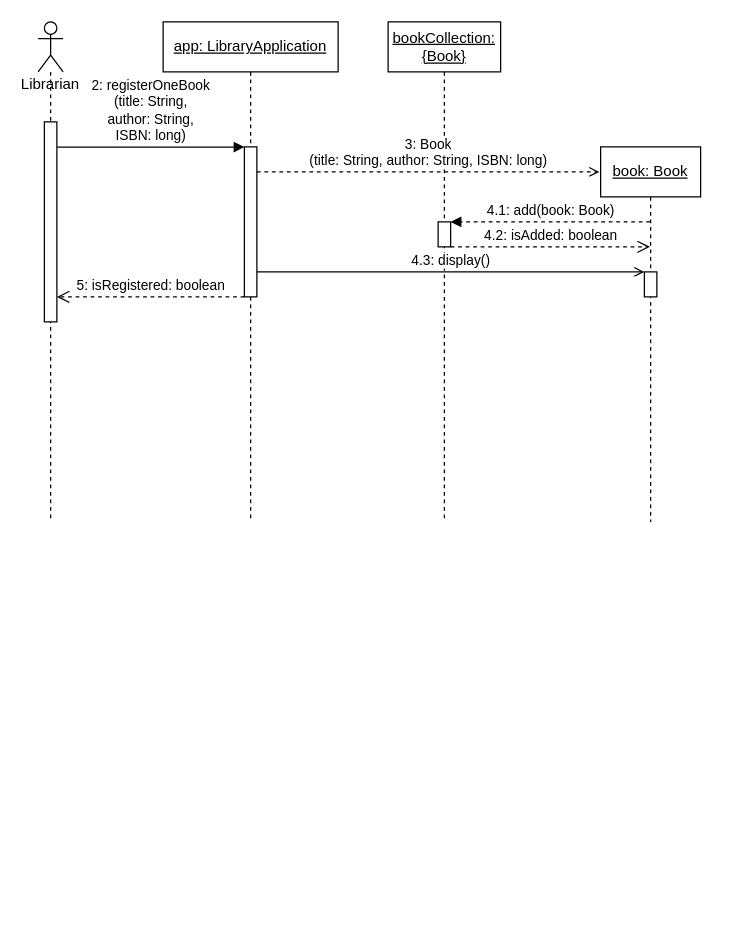
The draw.io diagram UML/SD2 Register one book.drawio in Halozhan/2023-2-LibraryApplication, before the edit. Source tidied: cells renumbered, new cells numbered last; positions are measured from the earlier drawing's top-left corner, leaving out a move shared by most shapes. Both pictures are drawn from the tidied source at 125%, with x=0, y=0 at pixel (38, 21).
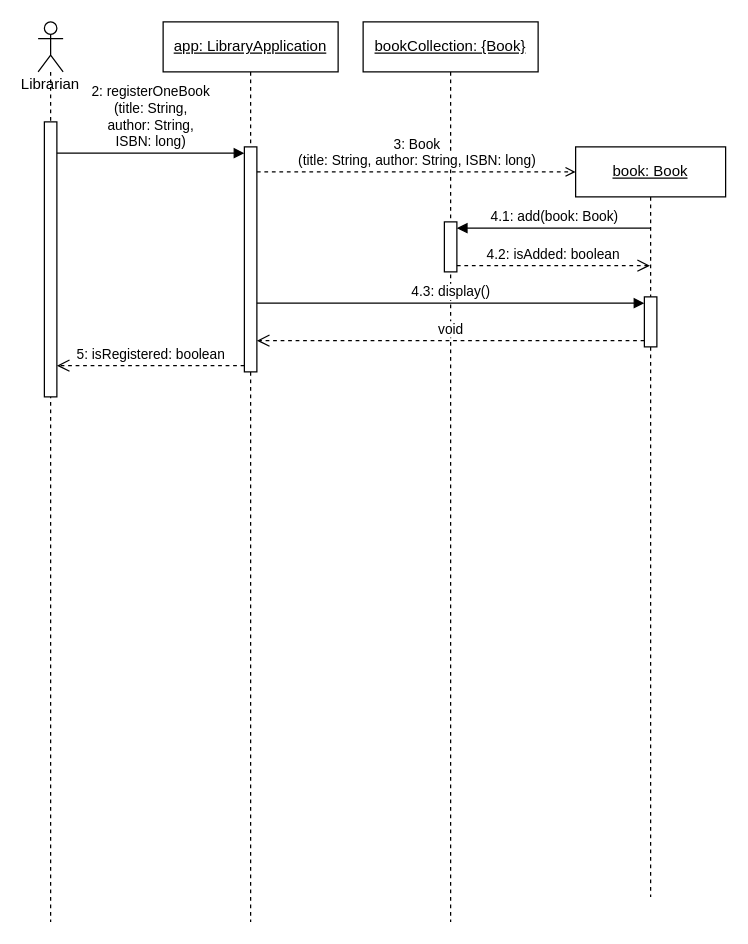
Above is the later version.

Change to the diagram source:
```diff
@@
 <mxGraphModel>
   <root>
     <mxCell id="0" />
     <mxCell id="1" parent="0" />
+    <mxCell id="13" value="Librarian" style="shape=umlLifeline;perimeter=lifelinePerimeter;whiteSpace=wrap;html=1;newEdgeStyle={&quot;curved&quot;:0,&quot;rounded&quot;:0};participant=umlActor;verticalAlign=top;spacingTop=36;" parent="1" vertex="1">
+      <mxGeometry width="20" height="720" as="geometry" />
+    </mxCell>
+    <mxCell id="16" style="html=1;points=[[0,0,0,0,5],[0,1,0,0,-5],[1,0,0,0,5],[1,1,0,0,-5]];perimeter=orthogonalPerimeter;outlineConnect=0;targetShapes=umlLifeline;portConstraint=eastwest;newEdgeStyle={&quot;curved&quot;:0,&quot;rounded&quot;:0};" parent="13" vertex="1">
+      <mxGeometry x="5" y="80" width="10" height="220" as="geometry" />
+    </mxCell>
-    <mxCell id="2" value="&lt;u&gt;app: LibraryApplication&lt;/u&gt;" style="shape=umlLifeline;perimeter=lifelinePerimeter;whiteSpace=wrap;html=1;" parent="1" vertex="1">
-      <mxGeometry x="100" width="140" height="400" as="geometry" />
+    <mxCell id="2" value="&lt;u style=&quot;border-color: var(--border-color);&quot;&gt;app: LibraryApplication&lt;/u&gt;" style="shape=umlLifeline;perimeter=lifelinePerimeter;whiteSpace=wrap;html=1;newEdgeStyle={&quot;curved&quot;:0,&quot;rounded&quot;:0};" parent="1" vertex="1">
+      <mxGeometry x="100" width="140" height="720" as="geometry" />
     </mxCell>
-    <mxCell id="3" style="html=1;points=[];perimeter=orthogonalPerimeter;fontColor=#FFFFFF;" parent="2" vertex="1">
-      <mxGeometry x="65" y="100" width="10" height="120" as="geometry" />
-    </mxCell>
+    <mxCell id="17" style="html=1;points=[[0,0,0,0,5],[0,1,0,0,-5],[1,0,0,0,5],[1,1,0,0,-5]];perimeter=orthogonalPerimeter;outlineConnect=0;targetShapes=umlLifeline;portConstraint=eastwest;newEdgeStyle={&quot;curved&quot;:0,&quot;rounded&quot;:0};" parent="2" vertex="1">
+      <mxGeometry x="65" y="100" width="10" height="180" as="geometry" />
+    </mxCell>
+    <mxCell id="6" value="&lt;div style=&quot;border-color: var(--border-color);&quot;&gt;2: registerOneBook&lt;br style=&quot;border-color: var(--border-color);&quot;&gt;(title: String,&lt;/div&gt;&lt;div style=&quot;border-color: var(--border-color);&quot;&gt;author: String,&lt;/div&gt;&lt;div style=&quot;border-color: var(--border-color);&quot;&gt;ISBN: long)&lt;/div&gt;" style="html=1;verticalAlign=bottom;endArrow=block;curved=0;rounded=0;entryX=0;entryY=0;entryDx=0;entryDy=5;" parent="1" edge="1" source="16" target="17">
+      <mxGeometry relative="1" as="geometry" />
+    </mxCell>
+    <mxCell id="15" value="5: isRegistered: boolean" style="html=1;verticalAlign=bottom;endArrow=open;dashed=1;endSize=8;curved=0;rounded=0;exitX=0;exitY=1;exitDx=0;exitDy=-5;exitPerimeter=0;" parent="1" edge="1" source="17" target="16">
+      <mxGeometry relative="1" as="geometry" />
+    </mxCell>
-    <mxCell id="4" value="&lt;u&gt;bookCollection: {Book}&lt;/u&gt;" style="shape=umlLifeline;perimeter=lifelinePerimeter;whiteSpace=wrap;html=1;" parent="1" vertex="1">
-      <mxGeometry x="280" width="90" height="400" as="geometry" />
+    <mxCell id="4" value="&lt;u style=&quot;border-color: var(--border-color);&quot;&gt;bookCollection: {Book}&lt;/u&gt;" style="shape=umlLifeline;perimeter=lifelinePerimeter;whiteSpace=wrap;html=1;newEdgeStyle={&quot;curved&quot;:0,&quot;rounded&quot;:0};" parent="1" vertex="1">
+      <mxGeometry x="260" width="140" height="720" as="geometry" />
     </mxCell>
-    <mxCell id="5" style="html=1;points=[];perimeter=orthogonalPerimeter;" parent="4" vertex="1">
-      <mxGeometry x="40" y="160" width="10" height="20" as="geometry" />
-    </mxCell>
-    <mxCell id="6" value="&lt;div&gt;2: registerOneBook&lt;br&gt;(title: String,&lt;/div&gt;&lt;div&gt;author: String,&lt;/div&gt;&lt;div&gt;ISBN: long)&lt;/div&gt;" style="html=1;verticalAlign=bottom;endArrow=block;entryX=0.003;entryY=0.001;entryDx=0;entryDy=0;entryPerimeter=0;" parent="1" edge="1" source="14" target="3">
-      <mxGeometry relative="1" as="geometry" />
-    </mxCell>
+    <mxCell id="18" style="html=1;points=[[0,0,0,0,5],[0,1,0,0,-5],[1,0,0,0,5],[1,1,0,0,-5]];perimeter=orthogonalPerimeter;outlineConnect=0;targetShapes=umlLifeline;portConstraint=eastwest;newEdgeStyle={&quot;curved&quot;:0,&quot;rounded&quot;:0};" parent="4" vertex="1">
+      <mxGeometry x="65" y="160" width="10" height="40" as="geometry" />
+    </mxCell>
+    <mxCell id="11" value="&lt;u style=&quot;border-color: var(--border-color);&quot;&gt;book: Book&lt;/u&gt;" style="shape=umlLifeline;perimeter=lifelinePerimeter;whiteSpace=wrap;html=1;outlineConnect=0;portConstraint=eastwest;newEdgeStyle={&quot;curved&quot;:0,&quot;rounded&quot;:0};" parent="1" vertex="1">
+      <mxGeometry x="430" y="100" width="120" height="600" as="geometry" />
+    </mxCell>
+    <mxCell id="19" style="html=1;points=[[0,0,0,0,5],[0,1,0,0,-5],[1,0,0,0,5],[1,1,0,0,-5]];perimeter=orthogonalPerimeter;outlineConnect=0;targetShapes=umlLifeline;portConstraint=eastwest;newEdgeStyle={&quot;curved&quot;:0,&quot;rounded&quot;:0};" parent="11" vertex="1">
+      <mxGeometry x="55" y="120" width="10" height="40" as="geometry" />
+    </mxCell>
-    <mxCell id="7" value="&lt;div&gt;3: Book&lt;br&gt;(title: String, author: String, ISBN: long)&lt;/div&gt;" style="html=1;verticalAlign=bottom;endArrow=open;endFill=0;dashed=1;" parent="1" edge="1" source="3">
+    <mxCell id="7" value="3: Book&lt;br style=&quot;border-color: var(--border-color); background-color: rgb(255, 255, 255);&quot;&gt;&lt;span style=&quot;background-color: rgb(255, 255, 255);&quot;&gt;(title: String, author: String, ISBN: long)&lt;/span&gt;" style="html=1;verticalAlign=bottom;labelBackgroundColor=none;endArrow=open;endFill=0;dashed=1;rounded=0;" parent="1" edge="1" source="17">
       <mxGeometry relative="1" as="geometry">
-        <mxPoint x="449" y="120" as="targetPoint" />
+        <mxPoint x="430" y="120" as="targetPoint" />
       </mxGeometry>
     </mxCell>
-    <mxCell id="8" value="4.1: add(book: Book)" style="html=1;verticalAlign=bottom;endArrow=block;entryX=1.002;entryY=0.002;dashed=1;entryDx=0;entryDy=0;entryPerimeter=0;" parent="1" edge="1" source="11" target="5">
+    <mxCell id="8" value="4.1: add(book: Book)" style="html=1;verticalAlign=bottom;endArrow=block;curved=0;rounded=0;entryX=1;entryY=0;entryDx=0;entryDy=5;" parent="1" edge="1" source="11" target="18">
       <mxGeometry relative="1" as="geometry" />
     </mxCell>
-    <mxCell id="9" value="4.2: isAdded: boolean" style="html=1;verticalAlign=bottom;endArrow=open;dashed=1;endSize=8;exitX=1.002;exitY=0.998;exitDx=0;exitDy=0;exitPerimeter=0;" parent="1" edge="1" source="5" target="11">
+    <mxCell id="9" value="4.2: isAdded: boolean" style="html=1;verticalAlign=bottom;endArrow=open;dashed=1;endSize=8;curved=0;rounded=0;exitX=1;exitY=1;exitDx=0;exitDy=-5;" parent="1" edge="1" source="18" target="11">
       <mxGeometry relative="1" as="geometry" />
     </mxCell>
-    <mxCell id="10" value="4.3: display()" style="html=1;verticalAlign=bottom;startArrow=none;endArrow=open;startSize=8;startFill=0;endFill=0;" parent="1" edge="1" source="3" target="12">
+    <mxCell id="10" value="4.3: display()" style="html=1;verticalAlign=bottom;startArrow=none;endArrow=block;startSize=8;curved=0;rounded=0;entryX=0;entryY=0;entryDx=0;entryDy=5;startFill=0;" parent="1" edge="1" source="17" target="19">
       <mxGeometry relative="1" as="geometry" />
     </mxCell>
-    <mxCell id="11" value="&lt;u&gt;book: Book&lt;/u&gt;" style="shape=umlLifeline;perimeter=lifelinePerimeter;whiteSpace=wrap;html=1;outlineConnect=0;portConstraint=eastwest;newEdgeStyle={&quot;curved&quot;:0,&quot;rounded&quot;:0};" parent="1" vertex="1">
-      <mxGeometry x="450" y="100" width="80" height="300" as="geometry" />
-    </mxCell>
-    <mxCell id="12" style="html=1;points=[];perimeter=orthogonalPerimeter;" parent="1" vertex="1">
-      <mxGeometry x="485" y="200" width="10" height="20" as="geometry" />
-    </mxCell>
-    <mxCell id="13" value="Librarian&lt;br&gt;" style="shape=umlLifeline;participant=umlActor;perimeter=lifelinePerimeter;whiteSpace=wrap;html=1;verticalAlign=top;spacingTop=36;" parent="1" vertex="1">
-      <mxGeometry width="20" height="400" as="geometry" />
-    </mxCell>
-    <mxCell id="14" style="html=1;points=[];perimeter=orthogonalPerimeter;fontColor=#FFFFFF;" parent="13" vertex="1">
-      <mxGeometry x="5" y="80" width="10" height="160" as="geometry" />
-    </mxCell>
-    <mxCell id="15" value="5: isRegistered: boolean" style="html=1;verticalAlign=bottom;endArrow=open;dashed=1;endSize=8;curved=0;rounded=0;exitX=-0.003;exitY=1;exitDx=0;exitDy=0;exitPerimeter=0;" parent="1" edge="1" source="3" target="14">
-      <mxGeometry relative="1" as="geometry" />
-    </mxCell>
+    <mxCell id="20" value="void" style="html=1;verticalAlign=bottom;endArrow=open;dashed=1;endSize=8;curved=0;rounded=0;exitX=0;exitY=1;exitDx=0;exitDy=-5;exitPerimeter=0;" parent="1" edge="1" source="19" target="17">
+      <mxGeometry relative="1" as="geometry" />
+    </mxCell>
   </root>
 </mxGraphModel>
```
